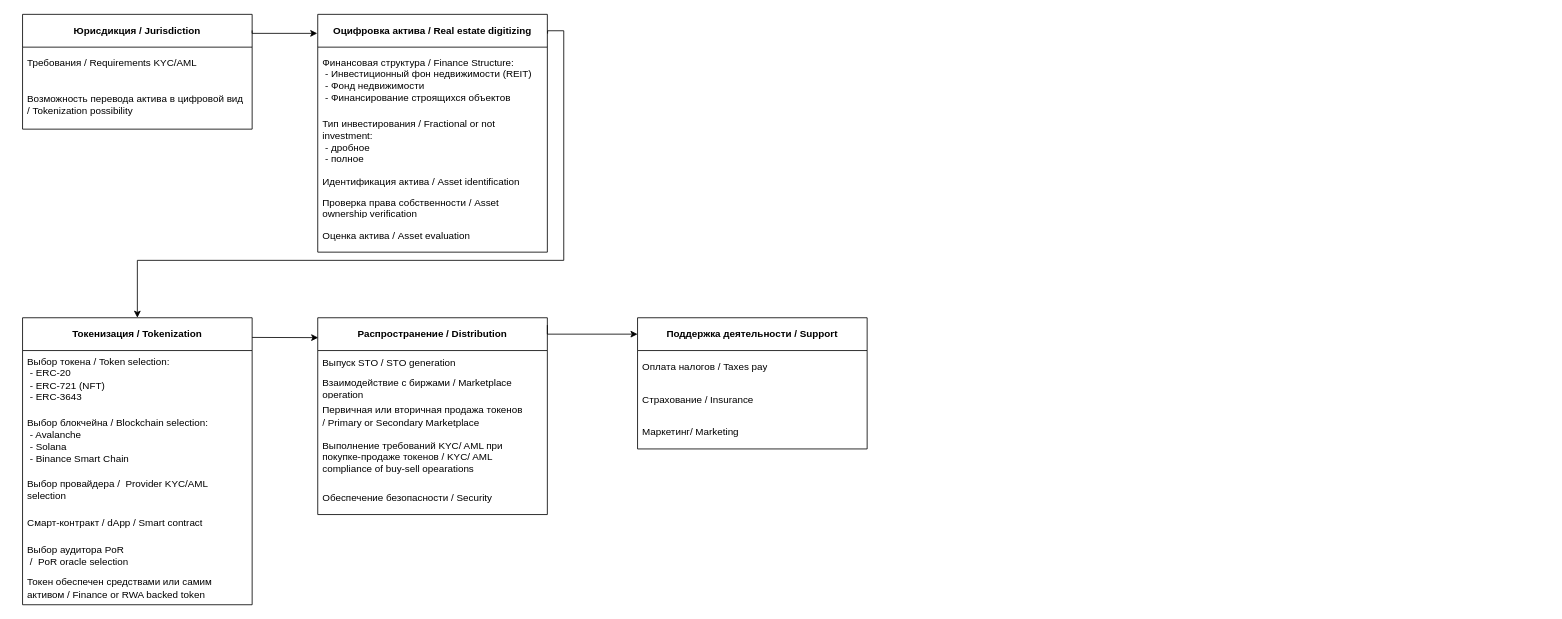
The draw.io diagram Копия RETM_Logical.drawio in rpurei/RETM-Schemes, before the edit. Source tidied: cells renumbered, new cells numbered last; positions are measured from the earlier drawing's top-left corner, leaving out a move shared by most shapes. Both pictures are drawn from the tidied source at 82%, with x=0, y=0 at pixel (22, 14).
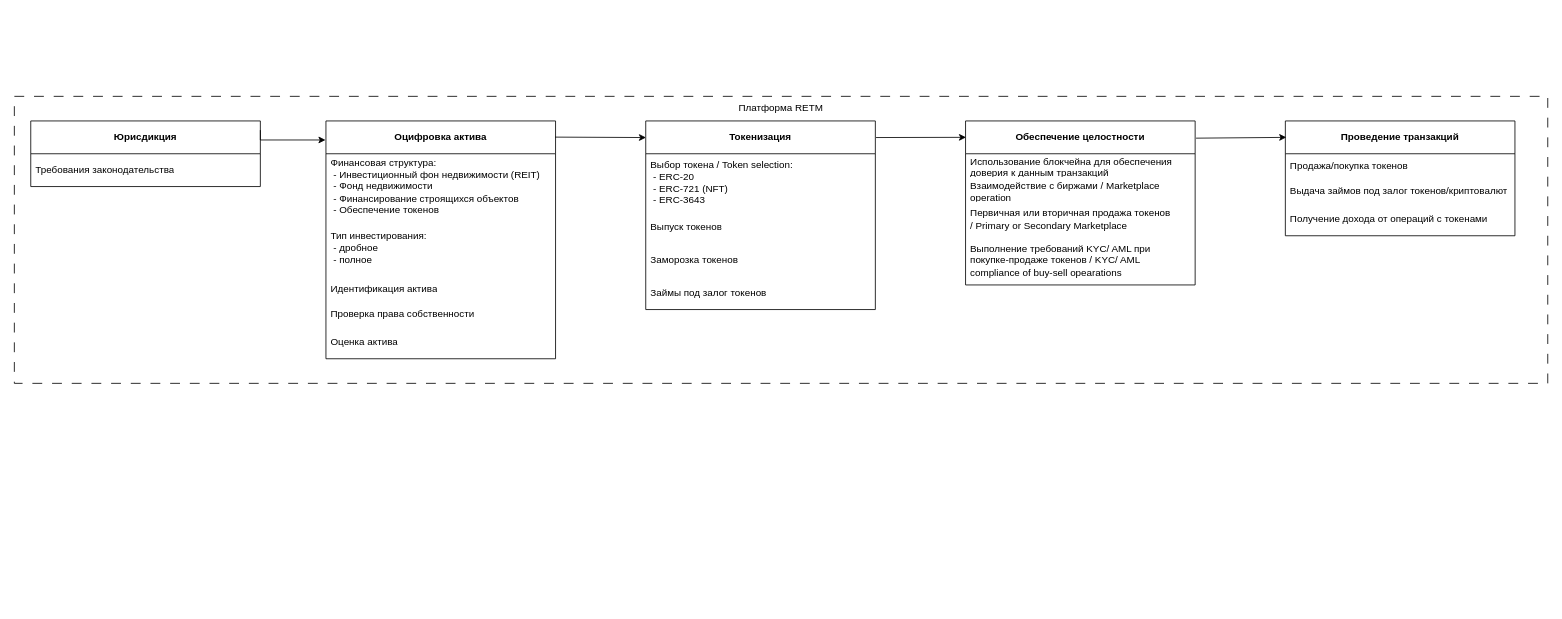
After the change.

The edit, as a diff of the source:
```diff
@@
-    <mxCell id="2" value="&lt;b&gt;Распространение / Distribution&lt;/b&gt;" style="swimlane;fontStyle=0;horizontal=1;startSize=40;whiteSpace=wrap;html=1;" parent="1" vertex="1">
-      <mxGeometry x="360" y="370" width="280" height="240" as="geometry" />
+    <mxCell id="2" value="&lt;b&gt;Обеспечение целостности&lt;/b&gt;" style="swimlane;fontStyle=0;horizontal=1;startSize=40;whiteSpace=wrap;html=1;" parent="1" vertex="1">
+      <mxGeometry x="1150" y="130" width="280" height="200" as="geometry" />
     </mxCell>
-    <mxCell id="3" value="Выпуск STO / STO generation" style="text;strokeColor=none;fillColor=none;align=left;verticalAlign=middle;spacingLeft=4;spacingRight=4;overflow=hidden;whiteSpace=wrap;html=1;fontColor=#000000;" parent="2" vertex="1">
+    <mxCell id="3" value="Использование блокчейна для обеспечения доверия к данным транзакций" style="text;strokeColor=none;fillColor=none;align=left;verticalAlign=middle;spacingLeft=4;spacingRight=4;overflow=hidden;whiteSpace=wrap;html=1;fontColor=#000000;" parent="2" vertex="1">
       <mxGeometry y="40" width="280" height="30" as="geometry" />
     </mxCell>
@@
-    <mxCell id="7" value="Обеспечение безопасности / Security" style="text;strokeColor=none;fillColor=none;align=left;verticalAlign=middle;spacingLeft=4;spacingRight=4;overflow=hidden;whiteSpace=wrap;html=1;fontColor=#000000;" parent="2" vertex="1">
-      <mxGeometry y="200" width="280" height="40" as="geometry" />
-    </mxCell>
-    <mxCell id="8" value="&lt;b&gt;Токенизация / Tokenization&lt;/b&gt;" style="swimlane;fontStyle=0;horizontal=1;startSize=40;whiteSpace=wrap;html=1;" parent="1" vertex="1">
-      <mxGeometry y="370" width="280" height="350" as="geometry" />
+    <mxCell id="8" value="&lt;b&gt;Токенизация&lt;/b&gt;" style="swimlane;fontStyle=0;horizontal=1;startSize=40;whiteSpace=wrap;html=1;" parent="1" vertex="1">
+      <mxGeometry x="760" y="130" width="280" height="230" as="geometry" />
     </mxCell>
@@
-    <mxCell id="10" value="Выбор блокчейна / Blockchain selection:&lt;br&gt;&amp;nbsp;- Avalanche&lt;br&gt;&amp;nbsp;- Solana&lt;br&gt;&amp;nbsp;- Binance Smart Chain&amp;nbsp;" style="text;strokeColor=none;fillColor=none;align=left;verticalAlign=middle;spacingLeft=4;spacingRight=4;overflow=hidden;whiteSpace=wrap;html=1;" parent="8" vertex="1">
-      <mxGeometry y="110" width="280" height="80" as="geometry" />
-    </mxCell>
-    <mxCell id="11" value="Выбор провайдера /&amp;nbsp; Provider KYC/AML selection" style="text;strokeColor=none;fillColor=none;align=left;verticalAlign=middle;spacingLeft=4;spacingRight=4;overflow=hidden;whiteSpace=wrap;html=1;fontColor=#000000;" parent="8" vertex="1">
-      <mxGeometry y="190" width="280" height="40" as="geometry" />
-    </mxCell>
-    <mxCell id="12" value="Смарт-контракт / dApp / Smart contract" style="text;strokeColor=none;fillColor=none;align=left;verticalAlign=middle;spacingLeft=4;spacingRight=4;overflow=hidden;whiteSpace=wrap;html=1;fontColor=#000000;" parent="8" vertex="1">
-      <mxGeometry y="230" width="280" height="40" as="geometry" />
+    <mxCell id="12" value="Выпуск токенов" style="text;strokeColor=none;fillColor=none;align=left;verticalAlign=middle;spacingLeft=4;spacingRight=4;overflow=hidden;whiteSpace=wrap;html=1;fontColor=#000000;" parent="8" vertex="1">
+      <mxGeometry y="110" width="280" height="40" as="geometry" />
     </mxCell>
-    <mxCell id="13" value="Выбор аудитора PoR&lt;br&gt;&amp;nbsp;/&amp;nbsp; PoR oracle selection" style="text;strokeColor=none;fillColor=none;align=left;verticalAlign=middle;spacingLeft=4;spacingRight=4;overflow=hidden;whiteSpace=wrap;html=1;fontColor=#000000;" parent="8" vertex="1">
-      <mxGeometry y="270" width="280" height="40" as="geometry" />
+    <mxCell id="13" value="Заморозка токенов" style="text;strokeColor=none;fillColor=none;align=left;verticalAlign=middle;spacingLeft=4;spacingRight=4;overflow=hidden;whiteSpace=wrap;html=1;fontColor=#000000;" parent="8" vertex="1">
+      <mxGeometry y="150" width="280" height="40" as="geometry" />
     </mxCell>
-    <mxCell id="14" value="Токен обеспечен средствами или самим активом / Finance or RWA backed token" style="text;strokeColor=none;fillColor=none;align=left;verticalAlign=middle;spacingLeft=4;spacingRight=4;overflow=hidden;whiteSpace=wrap;html=1;fontColor=#000000;" parent="8" vertex="1">
-      <mxGeometry y="310" width="280" height="40" as="geometry" />
+    <mxCell id="14" value="Займы под залог токенов" style="text;strokeColor=none;fillColor=none;align=left;verticalAlign=middle;spacingLeft=4;spacingRight=4;overflow=hidden;whiteSpace=wrap;html=1;fontColor=#000000;" parent="8" vertex="1">
+      <mxGeometry y="190" width="280" height="40" as="geometry" />
     </mxCell>
-    <mxCell id="15" value="&lt;b&gt;Оцифровка актива / Real estate digitizing&lt;/b&gt;" style="swimlane;fontStyle=0;horizontal=1;startSize=40;whiteSpace=wrap;html=1;" parent="1" vertex="1">
-      <mxGeometry x="360" width="280" height="290" as="geometry" />
+    <mxCell id="15" value="&lt;b&gt;Оцифровка актива&lt;/b&gt;" style="swimlane;fontStyle=0;horizontal=1;startSize=40;whiteSpace=wrap;html=1;" parent="1" vertex="1">
+      <mxGeometry x="370" y="130" width="280" height="290" as="geometry" />
     </mxCell>
-    <mxCell id="16" value="&lt;font&gt;Финансовая структура /&amp;nbsp;Finance Structure:&lt;br&gt;&amp;nbsp;- Инвестиционный фон недвижимости (REIT)&lt;br&gt;&amp;nbsp;- Фонд недвижимости&lt;br&gt;&amp;nbsp;- Финансирование строящихся объектов&lt;br&gt;&lt;/font&gt;" style="text;strokeColor=none;fillColor=none;align=left;verticalAlign=middle;spacingLeft=4;spacingRight=4;overflow=hidden;whiteSpace=wrap;html=1;fontColor=#000000;" parent="15" vertex="1">
+    <mxCell id="16" value="&lt;font&gt;Финансовая структура:&lt;br&gt;&amp;nbsp;- Инвестиционный фон недвижимости (REIT)&lt;br&gt;&amp;nbsp;- Фонд недвижимости&lt;br&gt;&amp;nbsp;- Финансирование строящихся объектов&lt;br&gt;&lt;/font&gt;&lt;div&gt;&lt;font&gt;&amp;nbsp;- Обеспечение токенов&lt;/font&gt;&lt;/div&gt;" style="text;strokeColor=none;fillColor=none;align=left;verticalAlign=middle;spacingLeft=4;spacingRight=4;overflow=hidden;whiteSpace=wrap;html=1;fontColor=#000000;" parent="15" vertex="1">
       <mxGeometry y="40" width="280" height="80" as="geometry" />
     </mxCell>
-    <mxCell id="17" value="Тип инвестирования / Fractional or not investment:&lt;br&gt;&amp;nbsp;- дробное&lt;br&gt;&amp;nbsp;- полное" style="text;strokeColor=none;fillColor=none;align=left;verticalAlign=middle;spacingLeft=4;spacingRight=4;overflow=hidden;whiteSpace=wrap;html=1;" parent="15" vertex="1">
+    <mxCell id="17" value="Тип инвестирования:&lt;br&gt;&amp;nbsp;- дробное&lt;br&gt;&amp;nbsp;- полное" style="text;strokeColor=none;fillColor=none;align=left;verticalAlign=middle;spacingLeft=4;spacingRight=4;overflow=hidden;whiteSpace=wrap;html=1;" parent="15" vertex="1">
       <mxGeometry y="120" width="280" height="70" as="geometry" />
     </mxCell>
-    <mxCell id="18" value="Идентификация актива / Asset identification" style="text;strokeColor=none;fillColor=none;align=left;verticalAlign=middle;spacingLeft=4;spacingRight=4;overflow=hidden;whiteSpace=wrap;html=1;" parent="15" vertex="1">
+    <mxCell id="18" value="Идентификация актива" style="text;strokeColor=none;fillColor=none;align=left;verticalAlign=middle;spacingLeft=4;spacingRight=4;overflow=hidden;whiteSpace=wrap;html=1;" parent="15" vertex="1">
       <mxGeometry y="190" width="280" height="30" as="geometry" />
     </mxCell>
-    <mxCell id="19" value="Проверка права собственности / Asset ownership verification" style="text;strokeColor=none;fillColor=none;align=left;verticalAlign=middle;spacingLeft=4;spacingRight=4;overflow=hidden;whiteSpace=wrap;html=1;" parent="15" vertex="1">
+    <mxCell id="19" value="Проверка права собственности" style="text;strokeColor=none;fillColor=none;align=left;verticalAlign=middle;spacingLeft=4;spacingRight=4;overflow=hidden;whiteSpace=wrap;html=1;" parent="15" vertex="1">
       <mxGeometry y="220" width="280" height="30" as="geometry" />
     </mxCell>
-    <mxCell id="20" value="Оценка актива / Asset evaluation" style="text;strokeColor=none;fillColor=none;align=left;verticalAlign=middle;spacingLeft=4;spacingRight=4;overflow=hidden;whiteSpace=wrap;html=1;" parent="15" vertex="1">
+    <mxCell id="20" value="Оценка актива" style="text;strokeColor=none;fillColor=none;align=left;verticalAlign=middle;spacingLeft=4;spacingRight=4;overflow=hidden;whiteSpace=wrap;html=1;" parent="15" vertex="1">
       <mxGeometry y="250" width="280" height="40" as="geometry" />
     </mxCell>
-    <mxCell id="21" value="&lt;b&gt;Поддержка деятельности / Support&lt;/b&gt;" style="swimlane;fontStyle=0;horizontal=1;startSize=40;whiteSpace=wrap;html=1;" parent="1" vertex="1">
-      <mxGeometry x="750" y="370" width="280" height="160" as="geometry" />
-    </mxCell>
-    <mxCell id="22" value="Оплата налогов / Taxes pay" style="text;strokeColor=none;fillColor=none;align=left;verticalAlign=middle;spacingLeft=4;spacingRight=4;overflow=hidden;whiteSpace=wrap;html=1;fontColor=#000000;" parent="21" vertex="1">
-      <mxGeometry y="40" width="280" height="40" as="geometry" />
-    </mxCell>
-    <mxCell id="23" value="Страхование / Insurance" style="text;strokeColor=none;fillColor=none;align=left;verticalAlign=middle;spacingLeft=4;spacingRight=4;overflow=hidden;whiteSpace=wrap;html=1;fontColor=#000000;" parent="21" vertex="1">
-      <mxGeometry y="80" width="280" height="40" as="geometry" />
-    </mxCell>
-    <mxCell id="24" value="Маркетинг/ Marketing" style="text;strokeColor=none;fillColor=none;align=left;verticalAlign=middle;spacingLeft=4;spacingRight=4;overflow=hidden;whiteSpace=wrap;html=1;fontColor=#000000;" parent="21" vertex="1">
-      <mxGeometry y="120" width="280" height="40" as="geometry" />
-    </mxCell>
-    <mxCell id="25" value="&lt;b&gt;Юрисдикция / Jurisdiction&lt;/b&gt;" style="swimlane;fontStyle=0;horizontal=1;startSize=40;whiteSpace=wrap;html=1;" parent="1" vertex="1">
-      <mxGeometry width="280" height="140" as="geometry" />
+    <mxCell id="25" value="&lt;b&gt;Юрисдикция&lt;/b&gt;" style="swimlane;fontStyle=0;horizontal=1;startSize=40;whiteSpace=wrap;html=1;" parent="1" vertex="1">
+      <mxGeometry x="10" y="130" width="280" height="80" as="geometry" />
     </mxCell>
-    <mxCell id="26" value="Требования / Requirements KYC/AML" style="text;strokeColor=none;fillColor=none;align=left;verticalAlign=middle;spacingLeft=4;spacingRight=4;overflow=hidden;whiteSpace=wrap;html=1;" parent="25" vertex="1">
+    <mxCell id="26" value="Требования законодательства" style="text;strokeColor=none;fillColor=none;align=left;verticalAlign=middle;spacingLeft=4;spacingRight=4;overflow=hidden;whiteSpace=wrap;html=1;" parent="25" vertex="1">
       <mxGeometry y="40" width="280" height="40" as="geometry" />
     </mxCell>
-    <mxCell id="27" value="Возможность перевода актива в цифровой вид / Tokenization possibility" style="text;strokeColor=none;fillColor=none;align=left;verticalAlign=middle;spacingLeft=4;spacingRight=4;overflow=hidden;whiteSpace=wrap;html=1;" parent="25" vertex="1">
-      <mxGeometry y="80" width="280" height="60" as="geometry" />
-    </mxCell>
     <mxCell id="28" style="edgeStyle=orthogonalEdgeStyle;rounded=0;jettySize=auto;html=1;exitX=1;exitY=0.14;exitDx=0;exitDy=0;entryX=-0.002;entryY=0.08;entryDx=0;entryDy=0;entryPerimeter=0;exitPerimeter=0;" parent="1" edge="1" source="25" target="15">
       <mxGeometry relative="1" as="geometry">
         <Array as="points">
-          <mxPoint x="280" y="23" />
+          <mxPoint x="290" y="153" />
         </Array>
       </mxGeometry>
     </mxCell>
-    <mxCell id="29" style="edgeStyle=orthogonalEdgeStyle;rounded=0;jettySize=auto;html=1;entryX=0.5;entryY=0;entryDx=0;entryDy=0;exitX=1.001;exitY=0.081;exitDx=0;exitDy=0;exitPerimeter=0;" parent="1" edge="1" source="15" target="8">
-      <mxGeometry relative="1" as="geometry">
-        <Array as="points">
-          <mxPoint x="640" y="20" />
-          <mxPoint x="660" y="20" />
-          <mxPoint x="660" y="300" />
-          <mxPoint x="140" y="300" />
-        </Array>
-      </mxGeometry>
+    <mxCell id="29" style="endArrow=classic;html=1;rounded=0;exitX=0.998;exitY=0.068;exitDx=0;exitDy=0;exitPerimeter=0;entryX=0.001;entryY=0.088;entryDx=0;entryDy=0;entryPerimeter=0;" parent="1" edge="1" source="15" target="8">
+      <mxGeometry relative="1" as="geometry" />
     </mxCell>
-    <mxCell id="30" style="edgeStyle=orthogonalEdgeStyle;rounded=0;jettySize=auto;html=1;entryX=0.002;entryY=0.101;entryDx=0;entryDy=0;entryPerimeter=0;" parent="1" edge="1" target="2">
-      <mxGeometry relative="1" as="geometry">
-        <mxPoint x="280" y="394" as="sourcePoint" />
-        <Array as="points">
-          <mxPoint x="280" y="394" />
-          <mxPoint x="290" y="394" />
-        </Array>
-      </mxGeometry>
-    </mxCell>
-    <mxCell id="31" style="edgeStyle=orthogonalEdgeStyle;rounded=0;orthogonalLoop=1;jettySize=auto;html=1;" parent="1" edge="1">
-      <mxGeometry relative="1" as="geometry">
-        <mxPoint x="640" y="379" as="sourcePoint" />
-        <mxPoint x="750" y="390" as="targetPoint" />
-        <Array as="points">
-          <mxPoint x="640" y="390" />
-        </Array>
-      </mxGeometry>
-    </mxCell>
+    <mxCell id="32" style="endArrow=classic;html=1;rounded=0;exitX=1.003;exitY=0.088;exitDx=0;exitDy=0;exitPerimeter=0;entryX=0.002;entryY=0.1;entryDx=0;entryDy=0;entryPerimeter=0;" parent="1" edge="1" source="8" target="2">
+      <mxGeometry relative="1" as="geometry" />
+    </mxCell>
+    <mxCell id="33" value="&lt;b&gt;Проведение транзакций&lt;/b&gt;" style="swimlane;fontStyle=0;horizontal=1;startSize=40;whiteSpace=wrap;html=1;" parent="1" vertex="1">
+      <mxGeometry x="1540" y="130" width="280" height="140" as="geometry" />
+    </mxCell>
+    <mxCell id="34" value="Продажа/&lt;span style=&quot;background-color: initial;&quot;&gt;покупка токенов&lt;/span&gt;" style="text;strokeColor=none;fillColor=none;align=left;verticalAlign=middle;spacingLeft=4;spacingRight=4;overflow=hidden;whiteSpace=wrap;html=1;fontColor=#000000;" parent="33" vertex="1">
+      <mxGeometry y="40" width="280" height="30" as="geometry" />
+    </mxCell>
+    <mxCell id="35" value="Выдача займов под залог токенов/криптовалют" style="text;strokeColor=none;fillColor=none;align=left;verticalAlign=middle;spacingLeft=4;spacingRight=4;overflow=hidden;whiteSpace=wrap;html=1;labelBackgroundColor=default;fontColor=#000000;" parent="33" vertex="1">
+      <mxGeometry y="70" width="280" height="30" as="geometry" />
+    </mxCell>
+    <mxCell id="36" value="Получение дохода от операций с токенами" style="text;strokeColor=none;fillColor=none;align=left;verticalAlign=middle;spacingLeft=4;spacingRight=4;overflow=hidden;whiteSpace=wrap;html=1;fontColor=#000000;" parent="33" vertex="1">
+      <mxGeometry y="100" width="280" height="40" as="geometry" />
+    </mxCell>
+    <mxCell id="37" style="endArrow=classic;html=1;rounded=0;exitX=1.004;exitY=0.105;exitDx=0;exitDy=0;exitPerimeter=0;entryX=0.004;entryY=0.143;entryDx=0;entryDy=0;entryPerimeter=0;" parent="1" edge="1" source="2" target="33">
+      <mxGeometry relative="1" as="geometry" />
+    </mxCell>
+    <mxCell id="38" value="Платформа RETM" style="rounded=0;whiteSpace=wrap;html=1;gradientColor=none;fillColor=none;dashed=1;dashPattern=12 12;verticalAlign=top;" parent="1" vertex="1">
+      <mxGeometry x="-10" y="100" width="1870" height="350" as="geometry" />
+    </mxCell>
```
